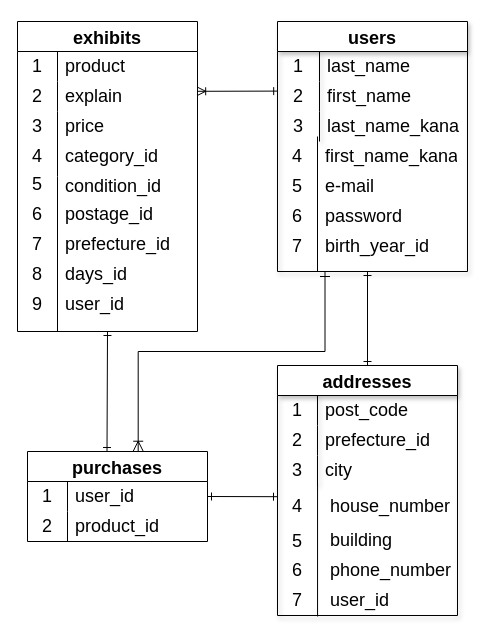
erikkoli/furima-39192 keeps this draw.io diagram as furima.dio. Above is the earlier version. Source tidied: cells renumbered, new cells numbered last; positions are measured from the earlier drawing's top-left corner, leaving out a move shared by most shapes. Both pictures are drawn from the tidied source at 100%, with x=0, y=0 at pixel (-21, 21).
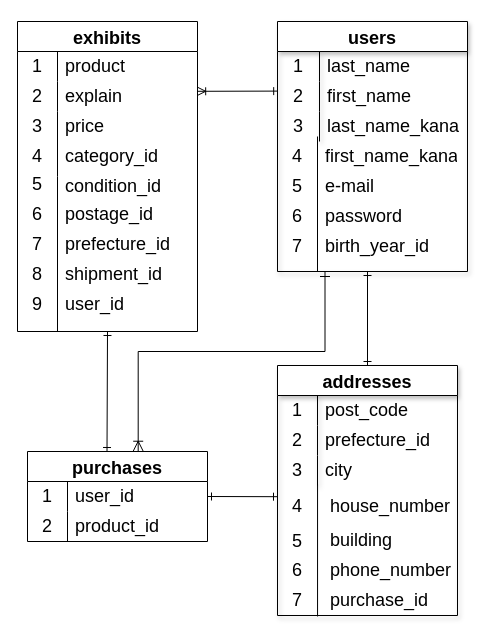
Above is the later version.

Commit message (it also covers changes not shown here):
ER図とREADMEの記述修正②

The edit, as a diff of the source:
```diff
@@
-    <mxCell id="42" value="user_id" style="shape=partialRectangle;html=1;whiteSpace=wrap;fillColor=none;top=0;left=0;bottom=0;right=0;align=left;spacingLeft=6;overflow=hidden;fontSize=18;" parent="1" vertex="1">
+    <mxCell id="42" value="purchase_id" style="shape=partialRectangle;html=1;whiteSpace=wrap;fillColor=none;top=0;left=0;bottom=0;right=0;align=left;spacingLeft=6;overflow=hidden;fontSize=18;" parent="1" vertex="1">
       <mxGeometry x="343" y="564" width="140" height="30" as="geometry" />
     </mxCell>
@@
-    <mxCell id="65" value="days_id" style="shape=partialRectangle;html=1;whiteSpace=wrap;fillColor=none;top=0;left=0;bottom=0;right=0;align=left;spacingLeft=6;overflow=hidden;fontSize=18;" parent="1" vertex="1">
+    <mxCell id="65" value="shipment_id" style="shape=partialRectangle;html=1;whiteSpace=wrap;fillColor=none;top=0;left=0;bottom=0;right=0;align=left;spacingLeft=6;overflow=hidden;fontSize=18;" parent="1" vertex="1">
       <mxGeometry x="78" y="237.5" width="140" height="30" as="geometry" />
     </mxCell>
```
